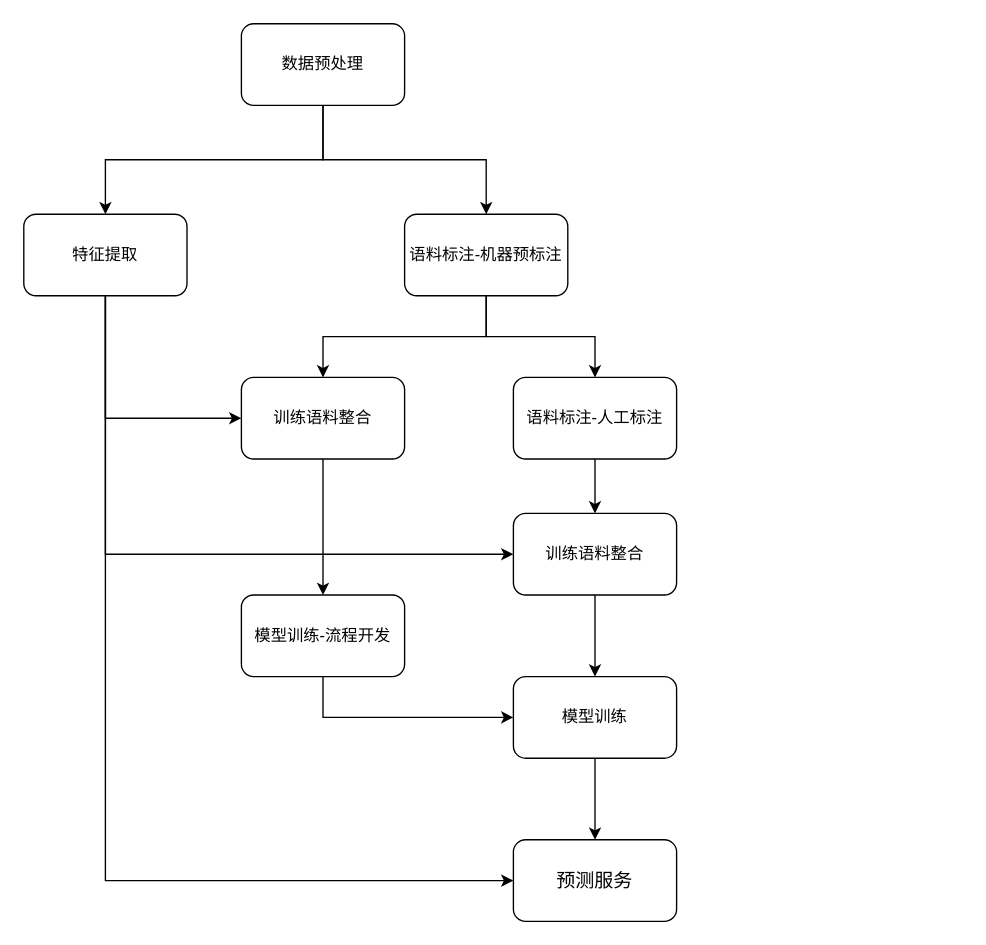
dfbblwd/word2vec keeps this draw.io diagram as 地址实体分析流程.drawio. Above is the earlier version. Source tidied: cells renumbered, new cells numbered last; positions are measured from the earlier drawing's top-left corner, leaving out a move shared by most shapes. Both pictures are drawn from the tidied source at 136%, with x=0, y=0 at pixel (23, 23).
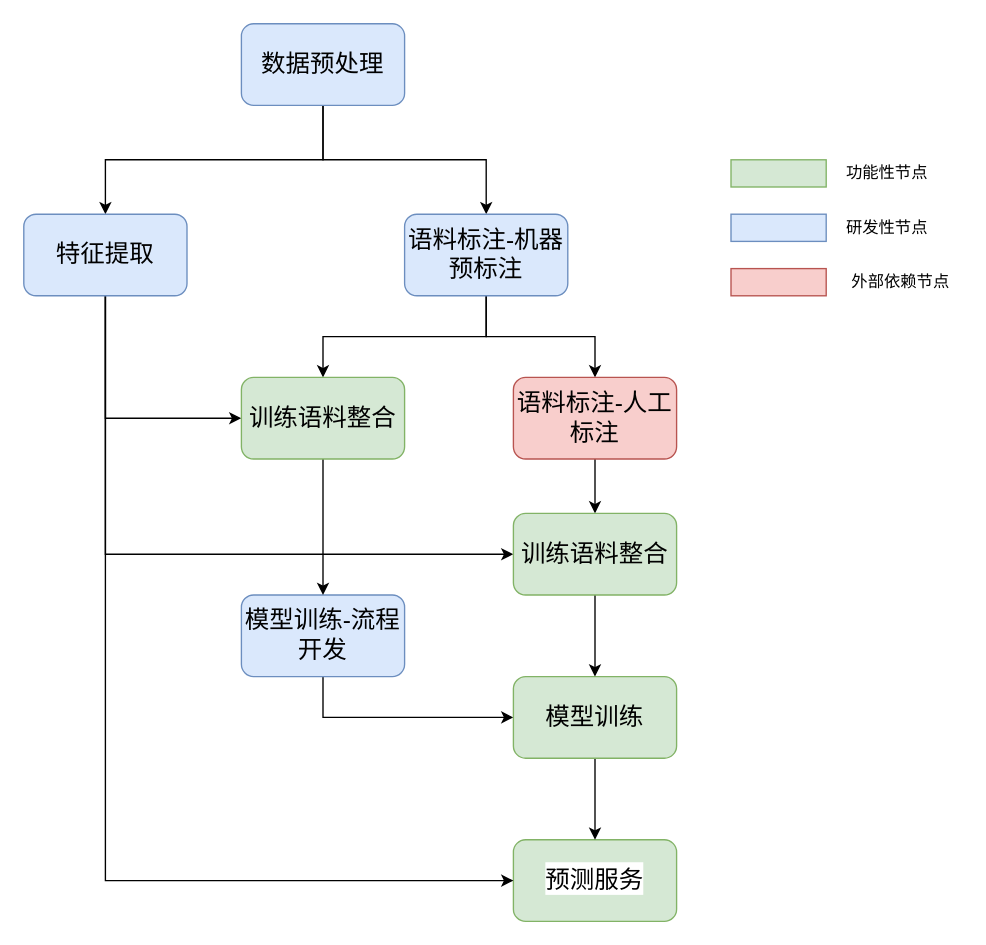
Above is the later version.

Commit message:
Update 地址实体分析流程.drawio

What changed in the source:
```diff
@@
-    <mxCell id="2" style="edgeStyle=orthogonalEdgeStyle;rounded=0;jettySize=auto;html=1;exitX=0.5;exitY=1;exitDx=0;exitDy=0;" parent="1" edge="1" source="4" target="14">
+    <mxCell id="2" style="edgeStyle=orthogonalEdgeStyle;rounded=0;jettySize=auto;html=1;exitX=0.5;exitY=1;exitDx=0;exitDy=0;fontSize=18;" parent="1" edge="1" source="4" target="14">
       <mxGeometry relative="1" as="geometry" />
     </mxCell>
-    <mxCell id="3" style="edgeStyle=orthogonalEdgeStyle;rounded=0;jettySize=auto;html=1;exitX=0.5;exitY=1;exitDx=0;exitDy=0;" parent="1" edge="1" source="4" target="10">
+    <mxCell id="3" style="edgeStyle=orthogonalEdgeStyle;rounded=0;jettySize=auto;html=1;exitX=0.5;exitY=1;exitDx=0;exitDy=0;fontSize=18;" parent="1" edge="1" source="4" target="10">
       <mxGeometry relative="1" as="geometry" />
     </mxCell>
-    <mxCell id="4" value="数据预处理" style="rounded=1;whiteSpace=wrap;html=1;" parent="1" vertex="1">
+    <mxCell id="4" value="数据预处理" style="rounded=1;whiteSpace=wrap;html=1;fillColor=#dae8fc;strokeColor=#6c8ebf;fontSize=18;" parent="1" vertex="1">
       <mxGeometry x="160" width="120" height="60" as="geometry" />
     </mxCell>
-    <mxCell id="5" value="&lt;span style=&quot;font-family: &amp;#34;tahoma&amp;#34; , &amp;#34;arial&amp;#34; , &amp;#34;stheiti&amp;#34; , &amp;#34;simsun&amp;#34; ; font-size: 14px ; background-color: rgb(255 , 255 , 255)&quot;&gt;预测服务&lt;/span&gt;&lt;span style=&quot;font-family: &amp;#34;tahoma&amp;#34; , &amp;#34;arial&amp;#34; , &amp;#34;stheiti&amp;#34; , &amp;#34;simsun&amp;#34; ; font-size: 14px ; background-color: rgb(255 , 255 , 255)&quot;&gt;&lt;/span&gt;&lt;span style=&quot;font-family: &amp;#34;tahoma&amp;#34; , &amp;#34;arial&amp;#34; , &amp;#34;stheiti&amp;#34; , &amp;#34;simsun&amp;#34; ; font-size: 14px ; background-color: rgb(255 , 255 , 255)&quot;&gt;&lt;/span&gt;&lt;span style=&quot;font-family: &amp;#34;tahoma&amp;#34; , &amp;#34;arial&amp;#34; , &amp;#34;stheiti&amp;#34; , &amp;#34;simsun&amp;#34; ; font-size: 14px ; background-color: rgb(255 , 255 , 255)&quot;&gt;&lt;/span&gt;" style="rounded=1;whiteSpace=wrap;html=1;" parent="1" vertex="1">
+    <mxCell id="5" value="&lt;span style=&quot;font-family: tahoma, arial, stheiti, simsun; font-size: 18px; background-color: rgb(255, 255, 255);&quot;&gt;预测服务&lt;/span&gt;&lt;span style=&quot;font-family: tahoma, arial, stheiti, simsun; font-size: 18px; background-color: rgb(255, 255, 255);&quot;&gt;&lt;/span&gt;&lt;span style=&quot;font-family: tahoma, arial, stheiti, simsun; font-size: 18px; background-color: rgb(255, 255, 255);&quot;&gt;&lt;/span&gt;&lt;span style=&quot;font-family: tahoma, arial, stheiti, simsun; font-size: 18px; background-color: rgb(255, 255, 255);&quot;&gt;&lt;/span&gt;" style="rounded=1;whiteSpace=wrap;html=1;fillColor=#d5e8d4;strokeColor=#82b366;fontSize=18;" parent="1" vertex="1">
       <mxGeometry x="360" y="600" width="120" height="60" as="geometry" />
     </mxCell>
-    <mxCell id="6" style="edgeStyle=orthogonalEdgeStyle;rounded=0;jettySize=auto;html=1;exitX=0.5;exitY=1;exitDx=0;exitDy=0;entryX=0;entryY=0.5;entryDx=0;entryDy=0;" parent="1" edge="1" source="7" target="18">
+    <mxCell id="6" style="edgeStyle=orthogonalEdgeStyle;rounded=0;jettySize=auto;html=1;exitX=0.5;exitY=1;exitDx=0;exitDy=0;entryX=0;entryY=0.5;entryDx=0;entryDy=0;fontSize=18;" parent="1" edge="1" source="7" target="18">
       <mxGeometry relative="1" as="geometry" />
     </mxCell>
-    <mxCell id="7" value="模型训练-流程开发" style="rounded=1;whiteSpace=wrap;html=1;" parent="1" vertex="1">
+    <mxCell id="7" value="模型训练-流程开发" style="rounded=1;whiteSpace=wrap;html=1;fillColor=#dae8fc;strokeColor=#6c8ebf;fontSize=18;" parent="1" vertex="1">
       <mxGeometry x="160" y="420" width="120" height="60" as="geometry" />
     </mxCell>
-    <mxCell id="8" style="edgeStyle=orthogonalEdgeStyle;rounded=0;jettySize=auto;html=1;exitX=0.5;exitY=1;exitDx=0;exitDy=0;entryX=0.5;entryY=0;entryDx=0;entryDy=0;" parent="1" edge="1" source="10" target="16">
+    <mxCell id="8" style="edgeStyle=orthogonalEdgeStyle;rounded=0;jettySize=auto;html=1;exitX=0.5;exitY=1;exitDx=0;exitDy=0;entryX=0.5;entryY=0;entryDx=0;entryDy=0;fontSize=18;" parent="1" edge="1" source="10" target="16">
       <mxGeometry relative="1" as="geometry" />
     </mxCell>
-    <mxCell id="9" style="edgeStyle=orthogonalEdgeStyle;rounded=0;jettySize=auto;html=1;exitX=0.5;exitY=1;exitDx=0;exitDy=0;entryX=0.5;entryY=0;entryDx=0;entryDy=0;" parent="1" edge="1" source="10" target="20">
+    <mxCell id="9" style="edgeStyle=orthogonalEdgeStyle;rounded=0;jettySize=auto;html=1;exitX=0.5;exitY=1;exitDx=0;exitDy=0;entryX=0.5;entryY=0;entryDx=0;entryDy=0;fontSize=18;" parent="1" edge="1" source="10" target="20">
       <mxGeometry relative="1" as="geometry" />
     </mxCell>
-    <mxCell id="10" value="语料标注-机器预标注" style="rounded=1;whiteSpace=wrap;html=1;" parent="1" vertex="1">
+    <mxCell id="10" value="语料标注-机器预标注" style="rounded=1;whiteSpace=wrap;html=1;fillColor=#dae8fc;strokeColor=#6c8ebf;fontSize=18;" parent="1" vertex="1">
       <mxGeometry x="280" y="140" width="120" height="60" as="geometry" />
     </mxCell>
-    <mxCell id="11" style="edgeStyle=orthogonalEdgeStyle;rounded=0;jettySize=auto;html=1;exitX=0.5;exitY=1;exitDx=0;exitDy=0;entryX=0;entryY=0.5;entryDx=0;entryDy=0;" parent="1" edge="1" source="14" target="20">
+    <mxCell id="11" style="edgeStyle=orthogonalEdgeStyle;rounded=0;jettySize=auto;html=1;exitX=0.5;exitY=1;exitDx=0;exitDy=0;entryX=0;entryY=0.5;entryDx=0;entryDy=0;fontSize=18;" parent="1" edge="1" source="14" target="20">
       <mxGeometry relative="1" as="geometry" />
     </mxCell>
-    <mxCell id="12" style="edgeStyle=orthogonalEdgeStyle;rounded=0;jettySize=auto;html=1;exitX=0.5;exitY=1;exitDx=0;exitDy=0;entryX=0;entryY=0.5;entryDx=0;entryDy=0;" parent="1" edge="1" source="14" target="22">
+    <mxCell id="12" style="edgeStyle=orthogonalEdgeStyle;rounded=0;jettySize=auto;html=1;exitX=0.5;exitY=1;exitDx=0;exitDy=0;entryX=0;entryY=0.5;entryDx=0;entryDy=0;fontSize=18;" parent="1" edge="1" source="14" target="22">
       <mxGeometry relative="1" as="geometry" />
     </mxCell>
-    <mxCell id="13" style="edgeStyle=orthogonalEdgeStyle;rounded=0;jettySize=auto;html=1;exitX=0.5;exitY=1;exitDx=0;exitDy=0;entryX=0;entryY=0.5;entryDx=0;entryDy=0;" parent="1" edge="1" source="14" target="5">
+    <mxCell id="13" style="edgeStyle=orthogonalEdgeStyle;rounded=0;jettySize=auto;html=1;exitX=0.5;exitY=1;exitDx=0;exitDy=0;entryX=0;entryY=0.5;entryDx=0;entryDy=0;fontSize=18;" parent="1" edge="1" source="14" target="5">
       <mxGeometry relative="1" as="geometry" />
     </mxCell>
-    <mxCell id="14" value="特征提取" style="rounded=1;whiteSpace=wrap;html=1;" parent="1" vertex="1">
+    <mxCell id="14" value="特征提取" style="rounded=1;whiteSpace=wrap;html=1;fillColor=#dae8fc;strokeColor=#6c8ebf;fontSize=18;" parent="1" vertex="1">
       <mxGeometry y="140" width="120" height="60" as="geometry" />
     </mxCell>
-    <mxCell id="15" style="edgeStyle=orthogonalEdgeStyle;rounded=0;jettySize=auto;html=1;exitX=0.5;exitY=1;exitDx=0;exitDy=0;" parent="1" edge="1" source="16" target="22">
+    <mxCell id="15" style="edgeStyle=orthogonalEdgeStyle;rounded=0;jettySize=auto;html=1;exitX=0.5;exitY=1;exitDx=0;exitDy=0;fontSize=18;" parent="1" edge="1" source="16" target="22">
       <mxGeometry relative="1" as="geometry" />
     </mxCell>
-    <mxCell id="16" value="语料标注-人工标注" style="rounded=1;whiteSpace=wrap;html=1;" parent="1" vertex="1">
+    <mxCell id="16" value="语料标注-人工标注" style="rounded=1;whiteSpace=wrap;html=1;fillColor=#f8cecc;strokeColor=#b85450;fontSize=18;" parent="1" vertex="1">
       <mxGeometry x="360" y="260" width="120" height="60" as="geometry" />
     </mxCell>
-    <mxCell id="17" style="edgeStyle=orthogonalEdgeStyle;rounded=0;jettySize=auto;html=1;exitX=0.5;exitY=1;exitDx=0;exitDy=0;" parent="1" edge="1" source="18" target="5">
+    <mxCell id="17" style="edgeStyle=orthogonalEdgeStyle;rounded=0;jettySize=auto;html=1;exitX=0.5;exitY=1;exitDx=0;exitDy=0;fontSize=18;" parent="1" edge="1" source="18" target="5">
       <mxGeometry relative="1" as="geometry" />
     </mxCell>
-    <mxCell id="18" value="模型训练" style="rounded=1;whiteSpace=wrap;html=1;" parent="1" vertex="1">
+    <mxCell id="18" value="模型训练" style="rounded=1;whiteSpace=wrap;html=1;fillColor=#d5e8d4;strokeColor=#82b366;fontSize=18;" parent="1" vertex="1">
       <mxGeometry x="360" y="480" width="120" height="60" as="geometry" />
     </mxCell>
-    <mxCell id="19" style="edgeStyle=orthogonalEdgeStyle;rounded=0;jettySize=auto;html=1;exitX=0.5;exitY=1;exitDx=0;exitDy=0;entryX=0.5;entryY=0;entryDx=0;entryDy=0;" parent="1" edge="1" source="20" target="7">
+    <mxCell id="19" style="edgeStyle=orthogonalEdgeStyle;rounded=0;jettySize=auto;html=1;exitX=0.5;exitY=1;exitDx=0;exitDy=0;entryX=0.5;entryY=0;entryDx=0;entryDy=0;fontSize=18;" parent="1" edge="1" source="20" target="7">
       <mxGeometry relative="1" as="geometry" />
     </mxCell>
-    <mxCell id="20" value="训练语料整合" style="rounded=1;whiteSpace=wrap;html=1;" parent="1" vertex="1">
+    <mxCell id="20" value="训练语料整合" style="rounded=1;whiteSpace=wrap;html=1;fillColor=#d5e8d4;strokeColor=#82b366;fontSize=18;" parent="1" vertex="1">
       <mxGeometry x="160" y="260" width="120" height="60" as="geometry" />
     </mxCell>
-    <mxCell id="21" style="edgeStyle=orthogonalEdgeStyle;rounded=0;jettySize=auto;html=1;exitX=0.5;exitY=1;exitDx=0;exitDy=0;entryX=0.5;entryY=0;entryDx=0;entryDy=0;" parent="1" edge="1" source="22" target="18">
+    <mxCell id="21" style="edgeStyle=orthogonalEdgeStyle;rounded=0;jettySize=auto;html=1;exitX=0.5;exitY=1;exitDx=0;exitDy=0;entryX=0.5;entryY=0;entryDx=0;entryDy=0;fontSize=18;" parent="1" edge="1" source="22" target="18">
       <mxGeometry relative="1" as="geometry" />
     </mxCell>
-    <mxCell id="22" value="训练语料整合" style="rounded=1;whiteSpace=wrap;html=1;" parent="1" vertex="1">
+    <mxCell id="22" value="训练语料整合" style="rounded=1;whiteSpace=wrap;html=1;fillColor=#d5e8d4;strokeColor=#82b366;fontSize=18;" parent="1" vertex="1">
       <mxGeometry x="360" y="360" width="120" height="60" as="geometry" />
     </mxCell>
+    <mxCell id="23" style="rounded=0;whiteSpace=wrap;html=1;fillColor=#dae8fc;strokeColor=#6c8ebf;" parent="1" vertex="1">
+      <mxGeometry x="520" y="140" width="70" height="20" as="geometry" />
+    </mxCell>
+    <mxCell id="24" style="rounded=0;whiteSpace=wrap;html=1;fillColor=#d5e8d4;strokeColor=#82b366;" parent="1" vertex="1">
+      <mxGeometry x="520" y="100" width="70" height="20" as="geometry" />
+    </mxCell>
+    <mxCell id="25" style="rounded=0;whiteSpace=wrap;html=1;fillColor=#f8cecc;strokeColor=#b85450;" parent="1" vertex="1">
+      <mxGeometry x="520" y="180" width="70" height="20" as="geometry" />
+    </mxCell>
+    <mxCell id="26" value="功能性节点" style="text;html=1;strokeColor=none;fillColor=none;align=center;verticalAlign=middle;whiteSpace=wrap;rounded=0;" parent="1" vertex="1">
+      <mxGeometry x="600" y="100" width="70" height="20" as="geometry" />
+    </mxCell>
+    <mxCell id="27" value="研发性节点" style="text;html=1;strokeColor=none;fillColor=none;align=center;verticalAlign=middle;whiteSpace=wrap;rounded=0;" parent="1" vertex="1">
+      <mxGeometry x="600" y="140" width="70" height="20" as="geometry" />
+    </mxCell>
+    <mxCell id="28" value="外部依赖节点" style="text;html=1;strokeColor=none;fillColor=none;align=center;verticalAlign=middle;whiteSpace=wrap;rounded=0;" parent="1" vertex="1">
+      <mxGeometry x="600" y="180" width="90" height="20" as="geometry" />
+    </mxCell>
```
